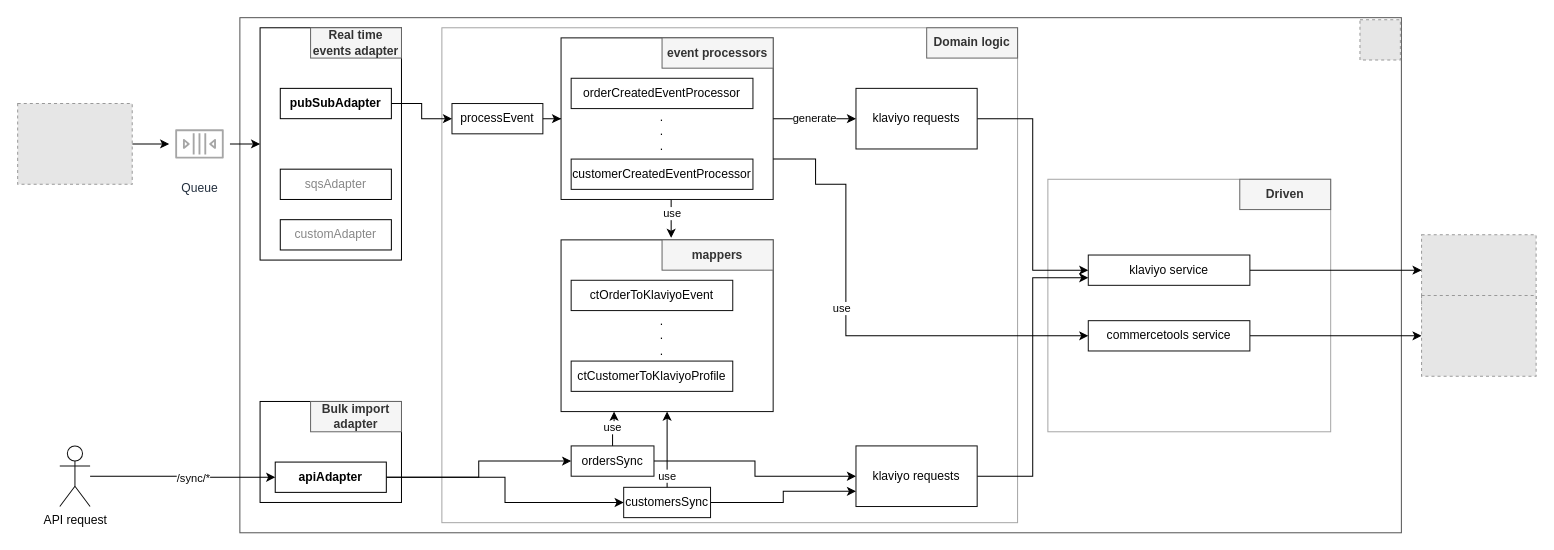
Before: docs/img/code_structure.drawio in klaviyo/commercetools-klaviyo, a draw.io diagram. Source tidied: cells renumbered, new cells numbered last; positions are measured from the earlier drawing's top-left corner, leaving out a move shared by most shapes. Both pictures are drawn from the tidied source at 101%, with x=0, y=0 at pixel (17, 17). Pictures stored in the file or linked from it are replaced by grey dashed boxes.
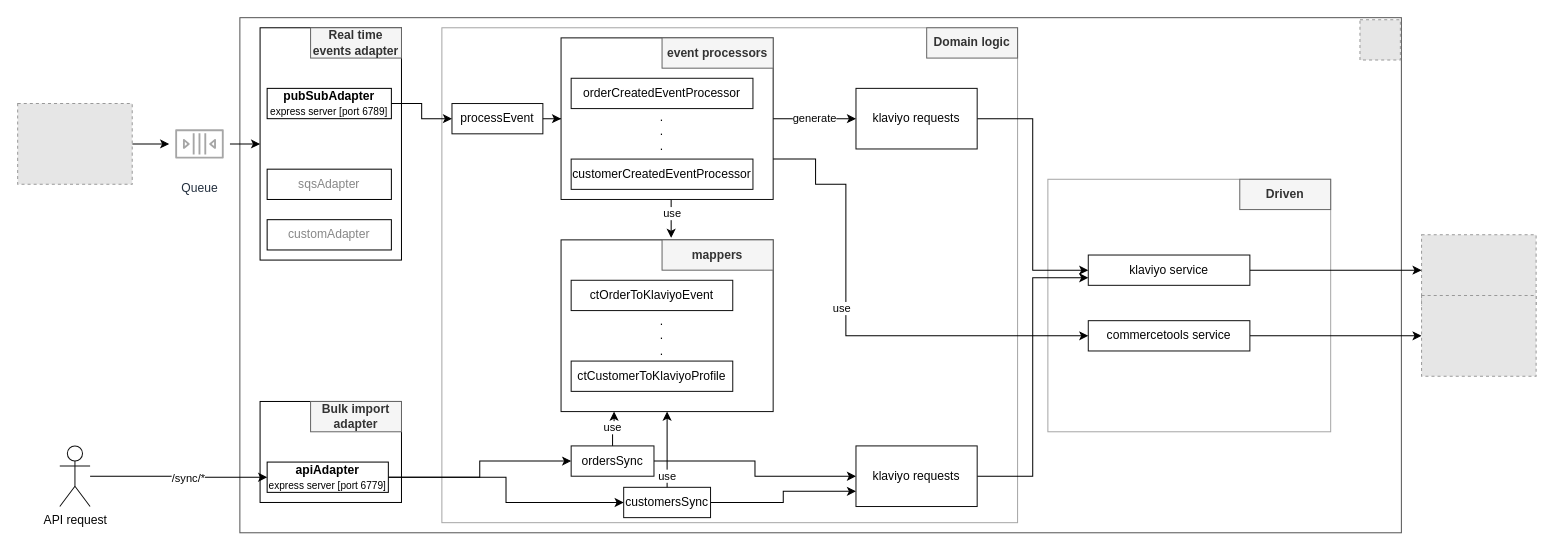
The same page after the edit.

The edit, as a diff of the source:
```diff
@@
-    <mxCell id="6" value="&lt;b&gt;pubSubAdapter&lt;/b&gt;" style="rounded=0;whiteSpace=wrap;html=1;" parent="1" vertex="1">
-      <mxGeometry x="260" y="70" width="110" height="30" as="geometry" />
+    <mxCell id="6" value="&lt;b&gt;pubSubAdapter&lt;/b&gt;&lt;br&gt;&lt;font style=&quot;font-size: 10px;&quot;&gt;express server [port 6789]&lt;/font&gt;" style="rounded=0;whiteSpace=wrap;html=1;" parent="1" vertex="1">
+      <mxGeometry x="247" y="70" width="123" height="30" as="geometry" />
     </mxCell>
@@
     <mxCell id="13" value="&lt;font color=&quot;#878787&quot;&gt;sqsAdapter&lt;/font&gt;" style="rounded=0;whiteSpace=wrap;html=1;" parent="1" vertex="1">
-      <mxGeometry x="260" y="150" width="110" height="30" as="geometry" />
+      <mxGeometry x="247" y="150" width="123" height="30" as="geometry" />
     </mxCell>
     <mxCell id="14" value="&lt;font color=&quot;#878787&quot;&gt;customAdapter&lt;/font&gt;" style="rounded=0;whiteSpace=wrap;html=1;" parent="1" vertex="1">
-      <mxGeometry x="260" y="200" width="110" height="30" as="geometry" />
+      <mxGeometry x="247" y="200" width="123" height="30" as="geometry" />
     </mxCell>
@@
-    <mxCell id="34" value="&lt;b&gt;apiAdapter&lt;/b&gt;" style="rounded=0;whiteSpace=wrap;html=1;" parent="1" vertex="1">
-      <mxGeometry x="255" y="440" width="110" height="30" as="geometry" />
+    <mxCell id="34" value="&lt;b&gt;apiAdapter&lt;br&gt;&lt;/b&gt;&lt;font style=&quot;font-size: 10px;&quot;&gt;express server [port 6779]&lt;/font&gt;&lt;b&gt;&lt;br&gt;&lt;/b&gt;" style="rounded=0;whiteSpace=wrap;html=1;" parent="1" vertex="1">
+      <mxGeometry x="247" y="440" width="120" height="30" as="geometry" />
     </mxCell>
```
